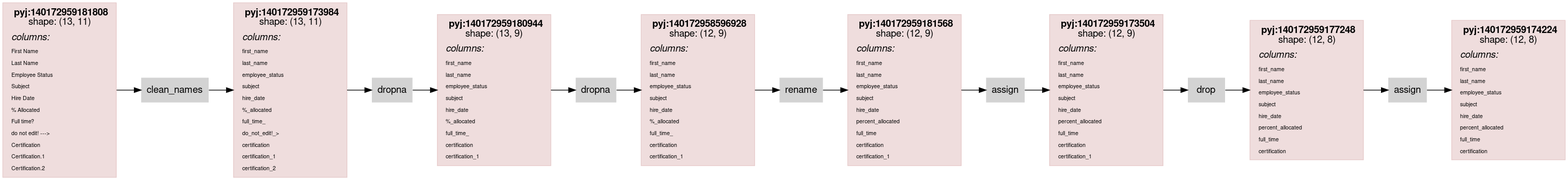
Above: scripts/rdflog/dirty-clean.ttl.dot.png in asmirnov69/pyjviz-poc (Graphviz), before the change. Its source is kept beside it as scripts/rdflog/dirty-clean.ttl.dot.
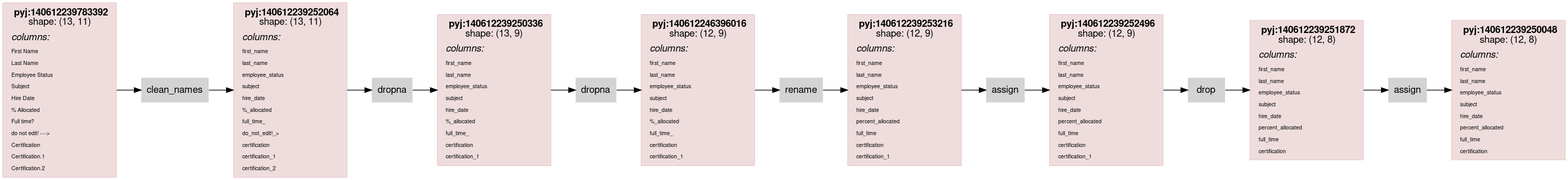
After the change.

Change to the diagram source:
```diff
@@ -14,7 +14,7 @@
                 color="#88000022"
                 shape = rect
                 label = <<table border="0" cellborder="0" cellspacing="0" cellpadding="4">
-                         <tr> <td> <b>pyj:140172959181808</b><br/>shape: (13, 11)</td> </tr>
+                         <tr> <td> <b>pyj:140612239783392</b><br/>shape: (13, 11)</td> </tr>
                          <tr> <td align="left"><i>columns:</i><br align="left"/></td></tr>
                 <tr><td align="left"><FONT POINT-SIZE="8px">First Name</FONT></td></tr>
 <tr><td align="left"><FONT POINT-SIZE="8px">Last Name</FONT></td></tr>
@@ -33,7 +33,7 @@
                 color="#88000022"
                 shape = rect
                 label = <<table border="0" cellborder="0" cellspacing="0" cellpadding="4">
-                         <tr> <td> <b>pyj:140172959173984</b><br/>shape: (13, 11)</td> </tr>
+                         <tr> <td> <b>pyj:140612239252064</b><br/>shape: (13, 11)</td> </tr>
                          <tr> <td align="left"><i>columns:</i><br align="left"/></td></tr>
                 <tr><td align="left"><FONT POINT-SIZE="8px">first_name</FONT></td></tr>
 <tr><td align="left"><FONT POINT-SIZE="8px">last_name</FONT></td></tr>
@@ -52,7 +52,7 @@
                 color="#88000022"
                 shape = rect
                 label = <<table border="0" cellborder="0" cellspacing="0" cellpadding="4">
-                         <tr> <td> <b>pyj:140172959180944</b><br/>shape: (13, 9)</td> </tr>
+                         <tr> <td> <b>pyj:140612239250336</b><br/>shape: (13, 9)</td> </tr>
                          <tr> <td align="left"><i>columns:</i><br align="left"/></td></tr>
                 <tr><td align="left"><FONT POINT-SIZE="8px">first_name</FONT></td></tr>
 <tr><td align="left"><FONT POINT-SIZE="8px">last_name</FONT></td></tr>
@@ -69,7 +69,7 @@
                 color="#88000022"
                 shape = rect
                 label = <<table border="0" cellborder="0" cellspacing="0" cellpadding="4">
-                         <tr> <td> <b>pyj:140172958596928</b><br/>shape: (12, 9)</td> </tr>
+                         <tr> <td> <b>pyj:140612246396016</b><br/>shape: (12, 9)</td> </tr>
                          <tr> <td align="left"><i>columns:</i><br align="left"/></td></tr>
                 <tr><td align="left"><FONT POINT-SIZE="8px">first_name</FONT></td></tr>
 <tr><td align="left"><FONT POINT-SIZE="8px">last_name</FONT></td></tr>
@@ -86,7 +86,7 @@
                 color="#88000022"
                 shape = rect
                 label = <<table border="0" cellborder="0" cellspacing="0" cellpadding="4">
-                         <tr> <td> <b>pyj:140172959181568</b><br/>shape: (12, 9)</td> </tr>
+                         <tr> <td> <b>pyj:140612239253216</b><br/>shape: (12, 9)</td> </tr>
                          <tr> <td align="left"><i>columns:</i><br align="left"/></td></tr>
                 <tr><td align="left"><FONT POINT-SIZE="8px">first_name</FONT></td></tr>
 <tr><td align="left"><FONT POINT-SIZE="8px">last_name</FONT></td></tr>
@@ -103,7 +103,7 @@
                 color="#88000022"
                 shape = rect
                 label = <<table border="0" cellborder="0" cellspacing="0" cellpadding="4">
-                         <tr> <td> <b>pyj:140172959173504</b><br/>shape: (12, 9)</td> </tr>
+                         <tr> <td> <b>pyj:140612239252496</b><br/>shape: (12, 9)</td> </tr>
                          <tr> <td align="left"><i>columns:</i><br align="left"/></td></tr>
                 <tr><td align="left"><FONT POINT-SIZE="8px">first_name</FONT></td></tr>
 <tr><td align="left"><FONT POINT-SIZE="8px">last_name</FONT></td></tr>
@@ -120,7 +120,7 @@
                 color="#88000022"
                 shape = rect
                 label = <<table border="0" cellborder="0" cellspacing="0" cellpadding="4">
-                         <tr> <td> <b>pyj:140172959177248</b><br/>shape: (12, 8)</td> </tr>
+                         <tr> <td> <b>pyj:140612239251872</b><br/>shape: (12, 8)</td> </tr>
                          <tr> <td align="left"><i>columns:</i><br align="left"/></td></tr>
                 <tr><td align="left"><FONT POINT-SIZE="8px">first_name</FONT></td></tr>
 <tr><td align="left"><FONT POINT-SIZE="8px">last_name</FONT></td></tr>
@@ -136,7 +136,7 @@
                 color="#88000022"
                 shape = rect
                 label = <<table border="0" cellborder="0" cellspacing="0" cellpadding="4">
-                         <tr> <td> <b>pyj:140172959174224</b><br/>shape: (12, 8)</td> </tr>
+                         <tr> <td> <b>pyj:140612239250048</b><br/>shape: (12, 8)</td> </tr>
                          <tr> <td align="left"><i>columns:</i><br align="left"/></td></tr>
                 <tr><td align="left"><FONT POINT-SIZE="8px">first_name</FONT></td></tr>
 <tr><td align="left"><FONT POINT-SIZE="8px">last_name</FONT></td></tr>
```
